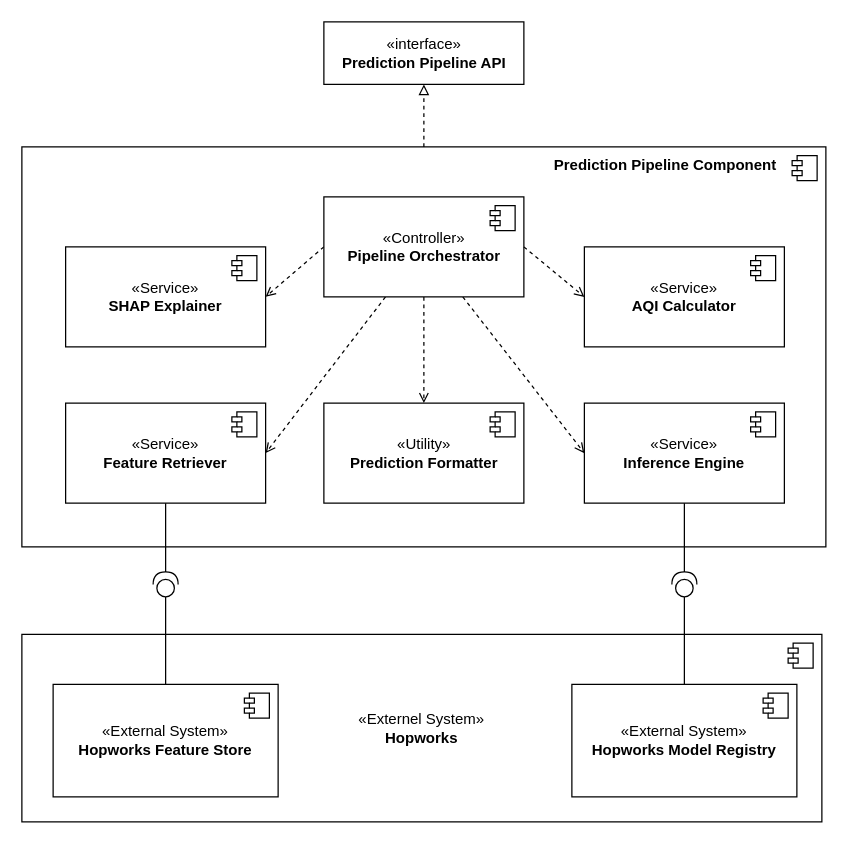
The draw.io diagram docs/03_architecture/diagrams/prediction_pipeline_component_diagram.drawio in Deadman621/pearls-aqi-predictor, before the edit. Source tidied: cells renumbered, new cells numbered last; positions are measured from the earlier drawing's top-left corner, leaving out a move shared by most shapes. Both pictures are drawn from the tidied source at 125%, with x=0, y=0 at pixel (21, 21).
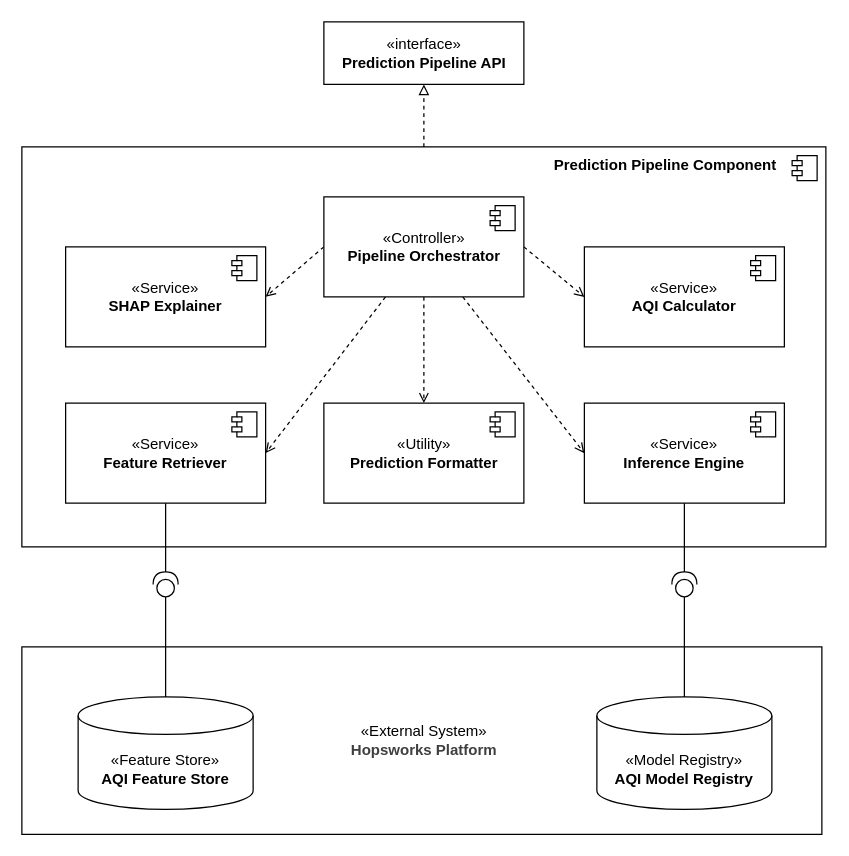
Above is the later version.

Commit message (it also covers changes not shown here):
docs(architecture): update prediction pipeline component diagram

The change refers to these unchanged cells:
```xml
<mxCell id="8" value="«Service»&lt;br&gt;&lt;b&gt;Feature Retriever&lt;/b&gt;" style="html=1;whiteSpace=wrap;" parent="1" vertex="1">
  <mxGeometry x="35" y="305" width="160" height="80" as="geometry" />
</mxCell>
<mxCell id="10" value="«Service»&lt;br&gt;&lt;b&gt;Inference Engine&lt;/b&gt;" style="html=1;whiteSpace=wrap;" parent="1" vertex="1">
  <mxGeometry x="450" y="305" width="160" height="80" as="geometry" />
</mxCell>
<mxCell id="28" style="shape=providedRequiredInterface;html=1;verticalLabelPosition=bottom;sketch=0;direction=south;rotation=-180;" parent="1" vertex="1">
  <mxGeometry x="105" y="440" width="20" height="20" as="geometry" />
</mxCell>
```

Change to the diagram source:
```diff
@@
-    <mxCell id="2" value="&lt;span style=&quot;color: rgb(0, 0, 0);&quot;&gt;«Externel System»&lt;/span&gt;&lt;br style=&quot;color: rgb(63, 63, 63); scrollbar-color: rgb(226, 226, 226) rgb(251, 251, 251);&quot;&gt;&lt;div&gt;&lt;b&gt;Hopworks&lt;/b&gt;&lt;/div&gt;" style="html=1;whiteSpace=wrap;" parent="1" vertex="1">
-      <mxGeometry y="490" width="640" height="150" as="geometry" />
-    </mxCell>
-    <mxCell id="3" style="shape=module;jettyWidth=8;jettyHeight=4;" parent="2" vertex="1">
-      <mxGeometry x="1" width="20" height="20" relative="1" as="geometry">
-        <mxPoint x="-27" y="7" as="offset" />
-      </mxGeometry>
-    </mxCell>
@@
-    <mxCell id="26" value="«External System»&lt;br&gt;&lt;b&gt;Hopworks Feature Store&lt;/b&gt;" style="html=1;whiteSpace=wrap;" parent="1" vertex="1">
-      <mxGeometry x="25" y="530" width="180" height="90" as="geometry" />
-    </mxCell>
-    <mxCell id="27" style="shape=module;jettyWidth=8;jettyHeight=4;" parent="26" vertex="1">
-      <mxGeometry x="1" width="20" height="20" relative="1" as="geometry">
-        <mxPoint x="-27" y="7" as="offset" />
-      </mxGeometry>
-    </mxCell>
@@
+    <mxCell id="30" style="edgeStyle=none;html=1;entryX=1;entryY=0.5;entryDx=0;entryDy=0;entryPerimeter=0;endArrow=none;endFill=0;" parent="1" edge="1" source="8" target="28">
+      <mxGeometry relative="1" as="geometry" />
+    </mxCell>
+    <mxCell id="33" style="shape=providedRequiredInterface;html=1;verticalLabelPosition=bottom;sketch=0;direction=south;rotation=-180;" parent="1" vertex="1">
+      <mxGeometry x="520" y="440" width="20" height="20" as="geometry" />
+    </mxCell>
+    <mxCell id="35" style="edgeStyle=none;html=1;entryX=1;entryY=0.5;entryDx=0;entryDy=0;entryPerimeter=0;endArrow=none;endFill=0;exitX=0.5;exitY=1;exitDx=0;exitDy=0;" parent="1" edge="1" source="10" target="33">
+      <mxGeometry relative="1" as="geometry" />
+    </mxCell>
+    <mxCell id="36" style="html=1;whiteSpace=wrap;verticalAlign=top;align=center;" parent="1" vertex="1">
+      <mxGeometry y="500" width="640" height="150" as="geometry" />
+    </mxCell>
+    <mxCell id="37" value="«Feature Store»&lt;br&gt;&lt;b&gt;AQI Feature Store&lt;/b&gt;" style="shape=cylinder3;whiteSpace=wrap;html=1;boundedLbl=1;backgroundOutline=1;size=15;" parent="1" vertex="1">
+      <mxGeometry x="45" y="540" width="140" height="90" as="geometry" />
+    </mxCell>
+    <mxCell id="38" value="«Model Registry»&lt;br&gt;&lt;b&gt;AQI Model Registry&lt;/b&gt;" style="shape=cylinder3;whiteSpace=wrap;html=1;boundedLbl=1;backgroundOutline=1;size=15;" parent="1" vertex="1">
+      <mxGeometry x="460" y="540" width="140" height="90" as="geometry" />
+    </mxCell>
+    <mxCell id="39" value="&lt;span style=&quot;color: rgb(0, 0, 0);&quot;&gt;«External System»&lt;/span&gt;&lt;br style=&quot;color: rgb(63, 63, 63); scrollbar-color: rgb(226, 226, 226) rgb(251, 251, 251);&quot;&gt;&lt;b style=&quot;color: rgb(63, 63, 63); scrollbar-color: rgb(226, 226, 226) rgb(251, 251, 251);&quot;&gt;Hopsworks Platform&lt;/b&gt;" style="text;html=1;align=center;verticalAlign=middle;whiteSpace=wrap;rounded=0;" parent="1" vertex="1">
+      <mxGeometry x="251.6" y="560" width="140" height="30" as="geometry" />
+    </mxCell>
-    <mxCell id="29" style="edgeStyle=none;html=1;entryX=0;entryY=0.5;entryDx=0;entryDy=0;entryPerimeter=0;endArrow=none;endFill=0;" parent="1" edge="1" source="26" target="28">
+    <mxCell id="29" style="edgeStyle=none;html=1;entryX=0;entryY=0.5;entryDx=0;entryDy=0;entryPerimeter=0;endArrow=none;endFill=0;exitX=0.5;exitY=0;exitDx=0;exitDy=0;exitPerimeter=0;" parent="1" edge="1" source="37" target="28">
       <mxGeometry relative="1" as="geometry" />
     </mxCell>
-    <mxCell id="30" style="edgeStyle=none;html=1;entryX=1;entryY=0.5;entryDx=0;entryDy=0;entryPerimeter=0;endArrow=none;endFill=0;" parent="1" edge="1" source="8" target="28">
-      <mxGeometry relative="1" as="geometry" />
-    </mxCell>
-    <mxCell id="31" value="«External System»&lt;br&gt;&lt;b&gt;Hopworks Model Registry&lt;/b&gt;" style="html=1;whiteSpace=wrap;" parent="1" vertex="1">
-      <mxGeometry x="440" y="530" width="180" height="90" as="geometry" />
-    </mxCell>
-    <mxCell id="32" style="shape=module;jettyWidth=8;jettyHeight=4;" parent="31" vertex="1">
-      <mxGeometry x="1" width="20" height="20" relative="1" as="geometry">
-        <mxPoint x="-27" y="7" as="offset" />
-      </mxGeometry>
-    </mxCell>
-    <mxCell id="33" style="shape=providedRequiredInterface;html=1;verticalLabelPosition=bottom;sketch=0;direction=south;rotation=-180;" parent="1" vertex="1">
-      <mxGeometry x="520" y="440" width="20" height="20" as="geometry" />
-    </mxCell>
-    <mxCell id="34" style="edgeStyle=none;html=1;entryX=0;entryY=0.5;entryDx=0;entryDy=0;entryPerimeter=0;endArrow=none;endFill=0;exitX=0.5;exitY=0;exitDx=0;exitDy=0;" parent="1" edge="1" source="31" target="33">
+    <mxCell id="34" style="edgeStyle=none;html=1;entryX=0;entryY=0.5;entryDx=0;entryDy=0;entryPerimeter=0;endArrow=none;endFill=0;exitX=0.5;exitY=0;exitDx=0;exitDy=0;exitPerimeter=0;" parent="1" edge="1" source="38" target="33">
       <mxGeometry relative="1" as="geometry" />
     </mxCell>
-    <mxCell id="35" style="edgeStyle=none;html=1;entryX=1;entryY=0.5;entryDx=0;entryDy=0;entryPerimeter=0;endArrow=none;endFill=0;exitX=0.5;exitY=1;exitDx=0;exitDy=0;" parent="1" edge="1" source="10" target="33">
-      <mxGeometry relative="1" as="geometry" />
-    </mxCell>
```
